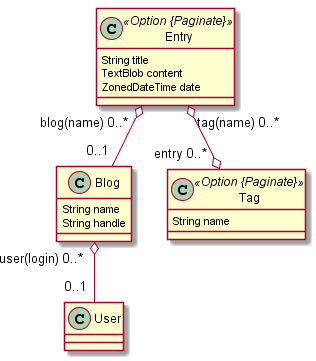
This is database/entity/blog.png from JackFung1/jblog, a PlantUML export, as it was before one commit. Source of this version:
```plantuml
@startuml
	class Blog  {
		String name
		String handle
	}
	class Entry <<Option {Paginate}>> {
		String title
		TextBlob content
		ZonedDateTime date
	}
	class Tag <<Option {Paginate}>> {
		String name
	}
	Blog  "user(login) 0..* " o-- "0..1 "  User
	Entry  "blog(name) 0..* " o-- "0..1 "  Blog
	Entry  "tag(name) 0..* " o--o "entry 0..* "  Tag
	class User  {
	}
@enduml
```
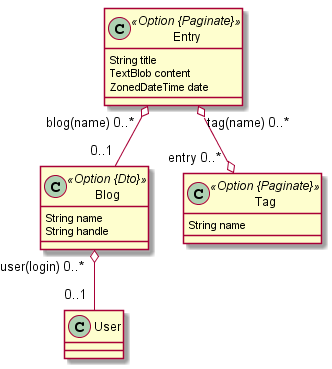
The same file after the commit.

Diff of the diagram source:
```diff
@@ -1,5 +1,5 @@
 @startuml
-	class Blog  {
+	class Blog <<Option {Dto}>> {
 		String name
 		String handle
 	}
```
